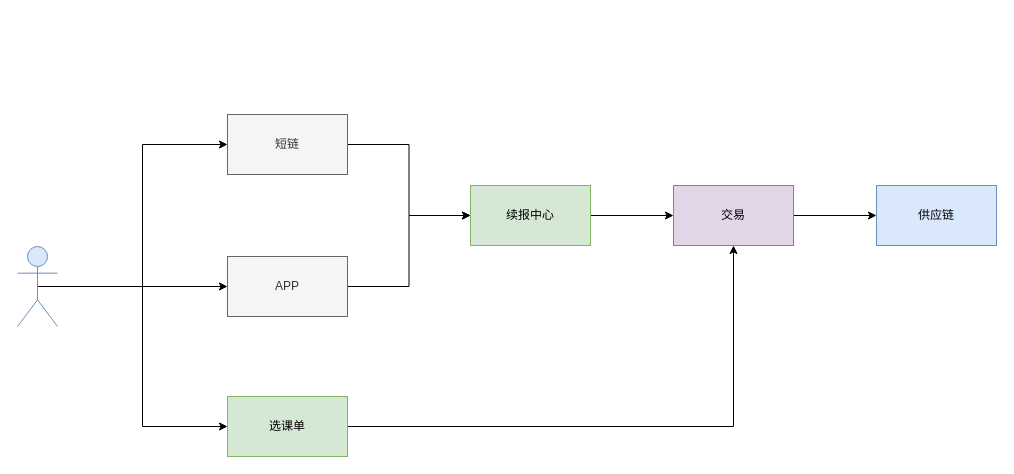
This is xiwang/续报链路.drawio from LanSeTianYe/draw, a draw.io file, before an edit. Source tidied: cells renumbered, new cells numbered last; positions are measured from the earlier drawing's top-left corner, leaving out a move shared by most shapes. Both pictures are drawn from the tidied source at 100%, with x=0, y=0 at pixel (17, 114).
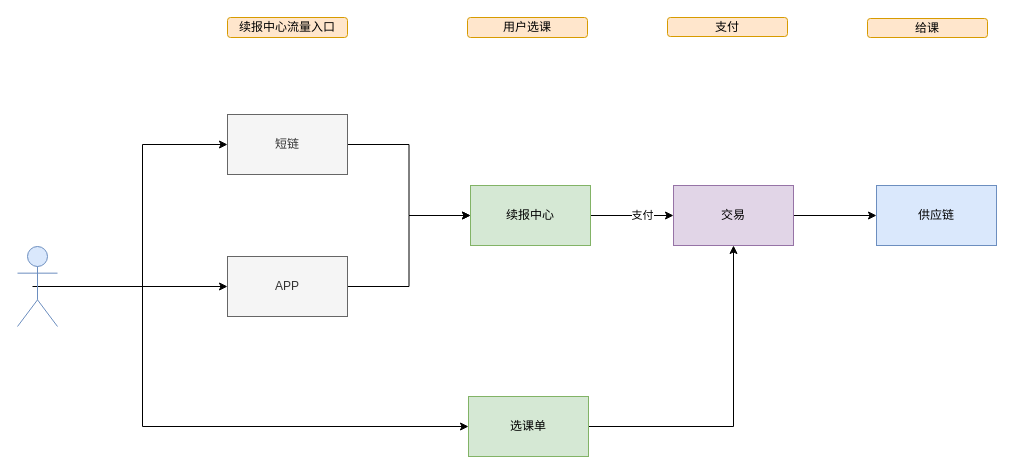
The same diagram, later.

Commit message (it also covers changes not shown here):
更新续报链路.drawio

Unchanged cells that the change refers to:
```xml
<mxCell id="2" style="edgeStyle=orthogonalEdgeStyle;rounded=0;jettySize=auto;html=1;exitX=1;exitY=0.5;exitDx=0;exitDy=0;" parent="1" edge="1" source="3" target="9">
  <mxGeometry relative="1" as="geometry" />
</mxCell>
<mxCell id="14" style="shape=umlActor;verticalLabelPosition=bottom;verticalAlign=top;html=1;outlineConnect=0;fillColor=#dae8fc;strokeColor=#6c8ebf;" parent="1" vertex="1">
  <mxGeometry y="132" width="40" height="80" as="geometry" />
</mxCell>
```

The edit, as a diff of the source:
```diff
@@
+    <mxCell id="17" value="支付" style="edgeLabel;html=1;align=center;verticalAlign=middle;" parent="2" vertex="1">
+      <mxGeometry x="0.23" y="1" relative="1" as="geometry" />
+    </mxCell>
@@
-    <mxCell id="13" style="edgeStyle=orthogonalEdgeStyle;rounded=0;jettySize=auto;html=1;exitX=0.5;exitY=0.5;exitDx=0;exitDy=0;exitPerimeter=0;entryX=0;entryY=0.5;entryDx=0;entryDy=0;" parent="1" edge="1" source="14" target="16">
-      <mxGeometry relative="1" as="geometry" />
+    <mxCell id="13" style="edgeStyle=orthogonalEdgeStyle;rounded=0;jettySize=auto;html=1;exitX=0.5;exitY=0.5;exitDx=0;exitDy=0;exitPerimeter=0;entryX=0;entryY=0.5;entryDx=0;entryDy=0;" parent="1" edge="1" target="16">
+      <mxGeometry relative="1" as="geometry">
+        <mxPoint x="15" y="172" as="sourcePoint" />
+        <Array as="points">
+          <mxPoint x="125" y="172" />
+          <mxPoint x="125" y="312" />
+        </Array>
+      </mxGeometry>
     </mxCell>
@@
     <mxCell id="16" value="选课单" style="rounded=0;whiteSpace=wrap;html=1;fillColor=#d5e8d4;strokeColor=#82b366;" parent="1" vertex="1">
-      <mxGeometry x="210" y="282" width="120" height="60" as="geometry" />
+      <mxGeometry x="451" y="282" width="120" height="60" as="geometry" />
     </mxCell>
+    <mxCell id="18" value="&lt;span style=&quot;text-wrap: nowrap;&quot;&gt;续报中心流量入口&lt;/span&gt;" style="rounded=1;whiteSpace=wrap;html=1;fillColor=#ffe6cc;strokeColor=#d79b00;" parent="1" vertex="1">
+      <mxGeometry x="210" y="-97" width="120" height="20" as="geometry" />
+    </mxCell>
+    <mxCell id="19" value="&lt;span style=&quot;text-wrap: nowrap;&quot;&gt;用户选课&lt;/span&gt;" style="rounded=1;whiteSpace=wrap;html=1;fillColor=#ffe6cc;strokeColor=#d79b00;" parent="1" vertex="1">
+      <mxGeometry x="450" y="-97" width="120" height="20" as="geometry" />
+    </mxCell>
+    <mxCell id="20" value="&lt;span style=&quot;text-wrap: nowrap;&quot;&gt;支付&lt;/span&gt;" style="rounded=1;whiteSpace=wrap;html=1;fillColor=#ffe6cc;strokeColor=#d79b00;" parent="1" vertex="1">
+      <mxGeometry x="650" y="-97" width="120" height="19" as="geometry" />
+    </mxCell>
+    <mxCell id="21" value="&lt;span style=&quot;text-wrap: nowrap;&quot;&gt;给课&lt;/span&gt;" style="rounded=1;whiteSpace=wrap;html=1;fillColor=#ffe6cc;strokeColor=#d79b00;" parent="1" vertex="1">
+      <mxGeometry x="850" y="-96" width="120" height="19" as="geometry" />
+    </mxCell>
```
